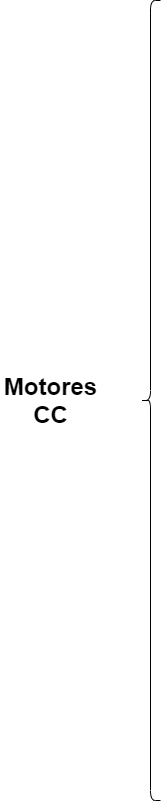
The draw.io diagram diagrams/motores.drawio.png in AbrahamMoranMeraz/Sistemas_Prog, before a commit. Source tidied: cells renumbered, new cells last; positions are measured from the earlier drawing's top-left corner, leaving out a move shared by most shapes.
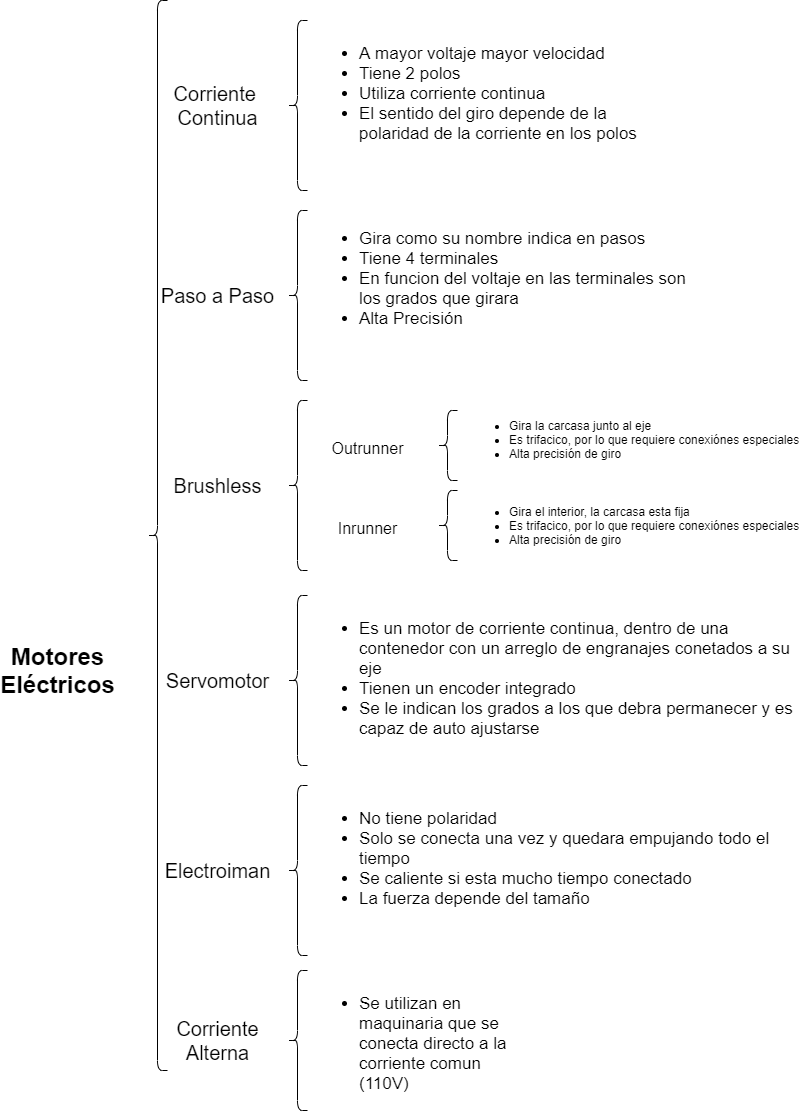
After the change.

Change to the diagram source:
```diff
@@ -3,10 +3,79 @@
     <mxCell id="0" />
     <mxCell id="1" parent="0" />
     <mxCell id="2" style="shape=curlyBracket;whiteSpace=wrap;html=1;rounded=1;" parent="1" vertex="1">
-      <mxGeometry x="140" width="20" height="800" as="geometry" />
+      <mxGeometry x="140" y="-270" width="20" height="1070" as="geometry" />
     </mxCell>
-    <mxCell id="3" value="Motores&lt;br&gt;CC" style="text;strokeColor=none;fillColor=none;html=1;fontSize=24;fontStyle=1;verticalAlign=middle;align=center;" parent="1" vertex="1">
+    <mxCell id="3" value="Motores&lt;br&gt;Eléctricos" style="text;strokeColor=none;fillColor=none;html=1;fontSize=24;fontStyle=1;verticalAlign=middle;align=center;" parent="1" vertex="1">
       <mxGeometry y="380" width="100" height="40" as="geometry" />
     </mxCell>
+    <mxCell id="4" value="Corriente &lt;br&gt;Continua" style="text;strokeColor=none;fillColor=none;html=1;fontSize=20;fontStyle=0;verticalAlign=middle;align=center;" parent="1" vertex="1">
+      <mxGeometry x="160" y="-185" width="100" height="40" as="geometry" />
+    </mxCell>
+    <mxCell id="5" style="shape=curlyBracket;whiteSpace=wrap;html=1;rounded=1;fontSize=20;" parent="1" vertex="1">
+      <mxGeometry x="280" y="-250" width="20" height="170" as="geometry" />
+    </mxCell>
+    <mxCell id="6" value="&lt;ul style=&quot;font-size: 17px;&quot;&gt;&lt;li style=&quot;font-size: 17px;&quot;&gt;&lt;font style=&quot;font-size: 17px;&quot;&gt;A mayor voltaje mayor velocidad&lt;/font&gt;&lt;/li&gt;&lt;li style=&quot;font-size: 17px;&quot;&gt;&lt;span style=&quot;font-size: 17px;&quot;&gt;Tiene 2 polos&lt;/span&gt;&lt;/li&gt;&lt;li style=&quot;font-size: 17px;&quot;&gt;&lt;span style=&quot;font-size: 17px;&quot;&gt;Utiliza corriente continua&lt;/span&gt;&lt;/li&gt;&lt;li style=&quot;font-size: 17px;&quot;&gt;&lt;span style=&quot;font-size: 17px;&quot;&gt;El sentido del giro depende de la polaridad de la corriente en los polos&lt;/span&gt;&lt;/li&gt;&lt;/ul&gt;" style="text;strokeColor=none;fillColor=none;html=1;whiteSpace=wrap;verticalAlign=top;overflow=hidden;fontSize=17;align=left;horizontal=1;" parent="1" vertex="1">
+      <mxGeometry x="310" y="-250" width="360" height="170" as="geometry" />
+    </mxCell>
+    <mxCell id="7" value="Paso a Paso" style="text;strokeColor=none;fillColor=none;html=1;fontSize=20;fontStyle=0;verticalAlign=middle;align=center;" parent="1" vertex="1">
+      <mxGeometry x="160" y="5" width="100" height="40" as="geometry" />
+    </mxCell>
+    <mxCell id="8" style="shape=curlyBracket;whiteSpace=wrap;html=1;rounded=1;fontSize=20;" parent="1" vertex="1">
+      <mxGeometry x="280" y="-60" width="20" height="170" as="geometry" />
+    </mxCell>
+    <mxCell id="9" value="&lt;ul style=&quot;font-size: 17px;&quot;&gt;&lt;li style=&quot;font-size: 17px;&quot;&gt;&lt;font style=&quot;font-size: 17px;&quot;&gt;Gira como su nombre indica en pasos&lt;/font&gt;&lt;/li&gt;&lt;li style=&quot;font-size: 17px;&quot;&gt;&lt;font style=&quot;font-size: 17px;&quot;&gt;Tiene 4 terminales&lt;/font&gt;&lt;/li&gt;&lt;li style=&quot;font-size: 17px;&quot;&gt;&lt;font style=&quot;font-size: 17px;&quot;&gt;En funcion del voltaje en las terminales son los grados que girara&lt;/font&gt;&lt;/li&gt;&lt;li style=&quot;font-size: 17px;&quot;&gt;&lt;font style=&quot;font-size: 17px;&quot;&gt;Alta Precisión&lt;/font&gt;&lt;/li&gt;&lt;/ul&gt;" style="text;strokeColor=none;fillColor=none;html=1;whiteSpace=wrap;verticalAlign=top;overflow=hidden;fontSize=17;align=left;horizontal=1;" parent="1" vertex="1">
+      <mxGeometry x="310" y="-65" width="370" height="180" as="geometry" />
+    </mxCell>
+    <mxCell id="10" value="Brushless" style="text;strokeColor=none;fillColor=none;html=1;fontSize=20;fontStyle=0;verticalAlign=middle;align=center;" parent="1" vertex="1">
+      <mxGeometry x="160" y="195" width="100" height="40" as="geometry" />
+    </mxCell>
+    <mxCell id="11" style="shape=curlyBracket;whiteSpace=wrap;html=1;rounded=1;fontSize=20;" parent="1" vertex="1">
+      <mxGeometry x="280" y="130" width="20" height="170" as="geometry" />
+    </mxCell>
+    <mxCell id="12" style="shape=curlyBracket;whiteSpace=wrap;html=1;rounded=1;fontSize=20;" parent="1" vertex="1">
+      <mxGeometry x="430" y="140" width="20" height="70" as="geometry" />
+    </mxCell>
+    <mxCell id="13" value="&lt;span style=&quot;font-size: 16px ; font-weight: 400 ; text-align: left&quot;&gt;Outrunner&lt;/span&gt;" style="text;strokeColor=none;fillColor=none;html=1;fontSize=24;fontStyle=1;verticalAlign=middle;align=center;" parent="1" vertex="1">
+      <mxGeometry x="310" y="157.5" width="100" height="35" as="geometry" />
+    </mxCell>
+    <mxCell id="14" value="&lt;span style=&quot;font-size: 16px ; font-weight: 400 ; text-align: left&quot;&gt;Inrunner&lt;/span&gt;" style="text;strokeColor=none;fillColor=none;html=1;fontSize=24;fontStyle=1;verticalAlign=middle;align=center;" parent="1" vertex="1">
+      <mxGeometry x="310" y="237.5" width="100" height="35" as="geometry" />
+    </mxCell>
+    <mxCell id="15" style="shape=curlyBracket;whiteSpace=wrap;html=1;rounded=1;fontSize=20;" parent="1" vertex="1">
+      <mxGeometry x="430" y="220" width="20" height="70" as="geometry" />
+    </mxCell>
+    <mxCell id="16" value="&lt;ul style=&quot;font-size: 12px;&quot;&gt;&lt;li style=&quot;font-size: 12px;&quot;&gt;Gira la carcasa junto al eje&lt;/li&gt;&lt;li style=&quot;font-size: 12px;&quot;&gt;Es trifacico, por lo que requiere conexiónes especiales&lt;/li&gt;&lt;li style=&quot;font-size: 12px;&quot;&gt;Alta precisión de giro&lt;/li&gt;&lt;/ul&gt;" style="text;strokeColor=none;fillColor=none;html=1;whiteSpace=wrap;verticalAlign=middle;overflow=hidden;fontSize=12;align=left;" parent="1" vertex="1">
+      <mxGeometry x="460" y="130" width="340" height="77.5" as="geometry" />
+    </mxCell>
+    <mxCell id="17" value="&lt;ul style=&quot;font-size: 12px;&quot;&gt;&lt;li style=&quot;font-size: 12px;&quot;&gt;Gira el interior, la carcasa esta fija&lt;/li&gt;&lt;li style=&quot;font-size: 12px;&quot;&gt;Es trifacico, por lo que requiere conexiónes especiales&lt;/li&gt;&lt;li style=&quot;font-size: 12px;&quot;&gt;Alta precisión de giro&lt;/li&gt;&lt;/ul&gt;&lt;div style=&quot;font-size: 12px;&quot;&gt;&lt;/div&gt;" style="text;strokeColor=none;fillColor=none;html=1;whiteSpace=wrap;verticalAlign=middle;overflow=hidden;fontSize=12;align=left;" parent="1" vertex="1">
+      <mxGeometry x="460" y="207.5" width="340" height="95" as="geometry" />
+    </mxCell>
+    <mxCell id="18" value="Servomotor" style="text;strokeColor=none;fillColor=none;html=1;fontSize=20;fontStyle=0;verticalAlign=middle;align=center;" parent="1" vertex="1">
+      <mxGeometry x="160" y="390" width="100" height="40" as="geometry" />
+    </mxCell>
+    <mxCell id="19" style="shape=curlyBracket;whiteSpace=wrap;html=1;rounded=1;fontSize=20;" parent="1" vertex="1">
+      <mxGeometry x="280" y="325" width="20" height="170" as="geometry" />
+    </mxCell>
+    <mxCell id="20" value="&lt;ul style=&quot;font-size: 17px;&quot;&gt;&lt;li style=&quot;font-size: 17px;&quot;&gt;&lt;font style=&quot;font-size: 17px;&quot;&gt;Es un motor de corriente continua, dentro de una contenedor con un arreglo de engranajes conetados a su eje&lt;/font&gt;&lt;/li&gt;&lt;li style=&quot;font-size: 17px;&quot;&gt;&lt;font style=&quot;font-size: 17px;&quot;&gt;Tienen un encoder integrado&lt;/font&gt;&lt;/li&gt;&lt;li style=&quot;font-size: 17px;&quot;&gt;&lt;font style=&quot;font-size: 17px;&quot;&gt;Se le indican los grados a los que debra permanecer y es capaz de auto ajustarse&lt;/font&gt;&lt;/li&gt;&lt;/ul&gt;" style="text;strokeColor=none;fillColor=none;html=1;whiteSpace=wrap;verticalAlign=top;overflow=hidden;fontSize=17;align=left;horizontal=1;" parent="1" vertex="1">
+      <mxGeometry x="310" y="325" width="480" height="190" as="geometry" />
+    </mxCell>
+    <mxCell id="21" value="Electroiman" style="text;strokeColor=none;fillColor=none;html=1;fontSize=20;fontStyle=0;verticalAlign=middle;align=center;" parent="1" vertex="1">
+      <mxGeometry x="160" y="580" width="100" height="40" as="geometry" />
+    </mxCell>
+    <mxCell id="22" style="shape=curlyBracket;whiteSpace=wrap;html=1;rounded=1;fontSize=20;" parent="1" vertex="1">
+      <mxGeometry x="280" y="515" width="20" height="170" as="geometry" />
+    </mxCell>
+    <mxCell id="23" value="&lt;ul style=&quot;font-size: 17px;&quot;&gt;&lt;li style=&quot;font-size: 17px;&quot;&gt;&lt;font style=&quot;font-size: 17px;&quot;&gt;No tiene polaridad&lt;/font&gt;&lt;/li&gt;&lt;li style=&quot;font-size: 17px;&quot;&gt;&lt;font style=&quot;font-size: 17px;&quot;&gt;Solo se conecta una vez y quedara empujando todo el tiempo&lt;/font&gt;&lt;/li&gt;&lt;li style=&quot;font-size: 17px;&quot;&gt;&lt;font style=&quot;font-size: 17px;&quot;&gt;Se caliente si esta mucho tiempo conectado&lt;/font&gt;&lt;/li&gt;&lt;li style=&quot;font-size: 17px;&quot;&gt;&lt;font style=&quot;font-size: 17px;&quot;&gt;La fuerza depende del tamaño&lt;/font&gt;&lt;/li&gt;&lt;/ul&gt;" style="text;strokeColor=none;fillColor=none;html=1;whiteSpace=wrap;verticalAlign=top;overflow=hidden;fontSize=17;align=left;horizontal=1;" parent="1" vertex="1">
+      <mxGeometry x="310" y="515" width="480" height="170" as="geometry" />
+    </mxCell>
+    <mxCell id="24" value="Corriente&lt;br&gt;Alterna" style="text;strokeColor=none;fillColor=none;html=1;fontSize=20;fontStyle=0;verticalAlign=middle;align=center;" parent="1" vertex="1">
+      <mxGeometry x="160" y="750" width="100" height="40" as="geometry" />
+    </mxCell>
+    <mxCell id="25" style="shape=curlyBracket;whiteSpace=wrap;html=1;rounded=1;fontSize=20;" parent="1" vertex="1">
+      <mxGeometry x="280" y="700" width="20" height="140" as="geometry" />
+    </mxCell>
+    <mxCell id="26" value="&lt;ul style=&quot;font-size: 17px;&quot;&gt;&lt;li style=&quot;font-size: 17px;&quot;&gt;Se utilizan en maquinaria que se conecta directo a la corriente comun (110V)&lt;/li&gt;&lt;/ul&gt;" style="text;strokeColor=none;fillColor=none;html=1;whiteSpace=wrap;verticalAlign=top;overflow=hidden;fontSize=17;align=left;horizontal=1;" parent="1" vertex="1">
+      <mxGeometry x="310" y="700" width="200" height="140" as="geometry" />
+    </mxCell>
   </root>
 </mxGraphModel>
```
